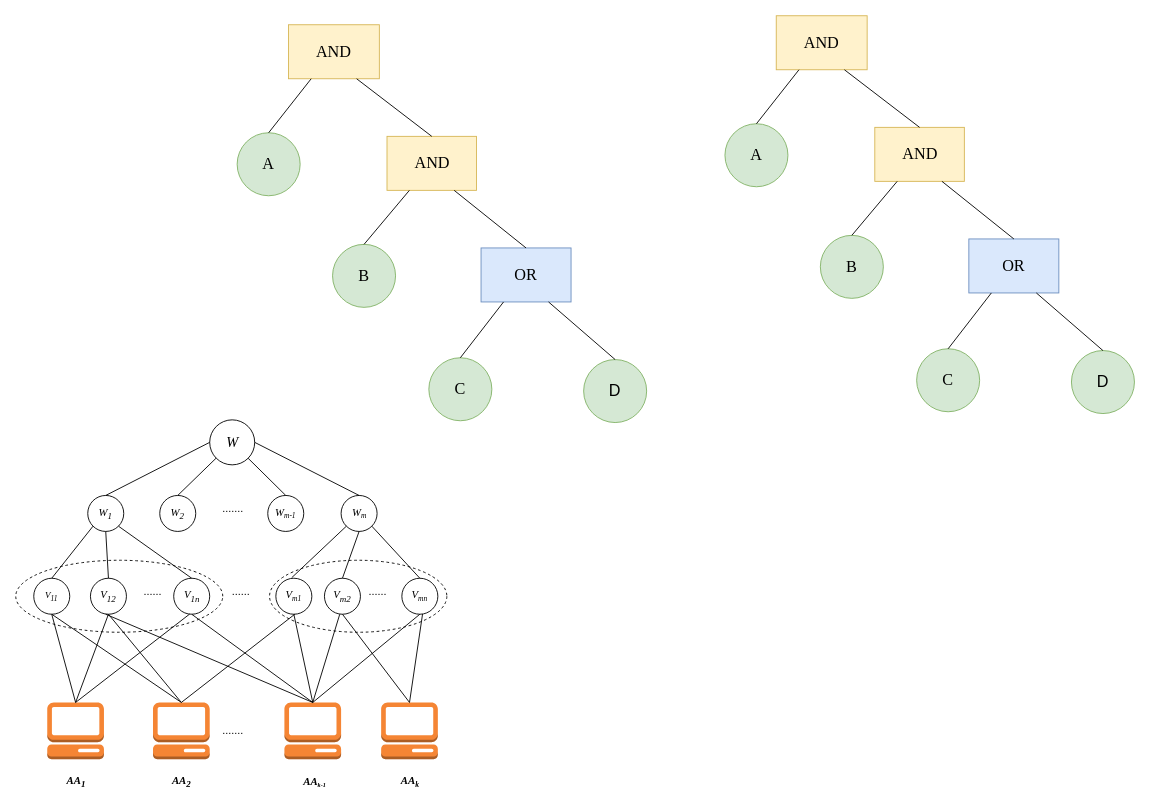
Above: 未命名绘图.drawio in Mr-doublehappines/httpServer (draw.io), before the change. Source tidied: cells renumbered, new cells numbered last; positions are measured from the earlier drawing's top-left corner, leaving out a move shared by most shapes. Both pictures are drawn from the tidied source at 90%, with x=0, y=0 at pixel (15, 15).
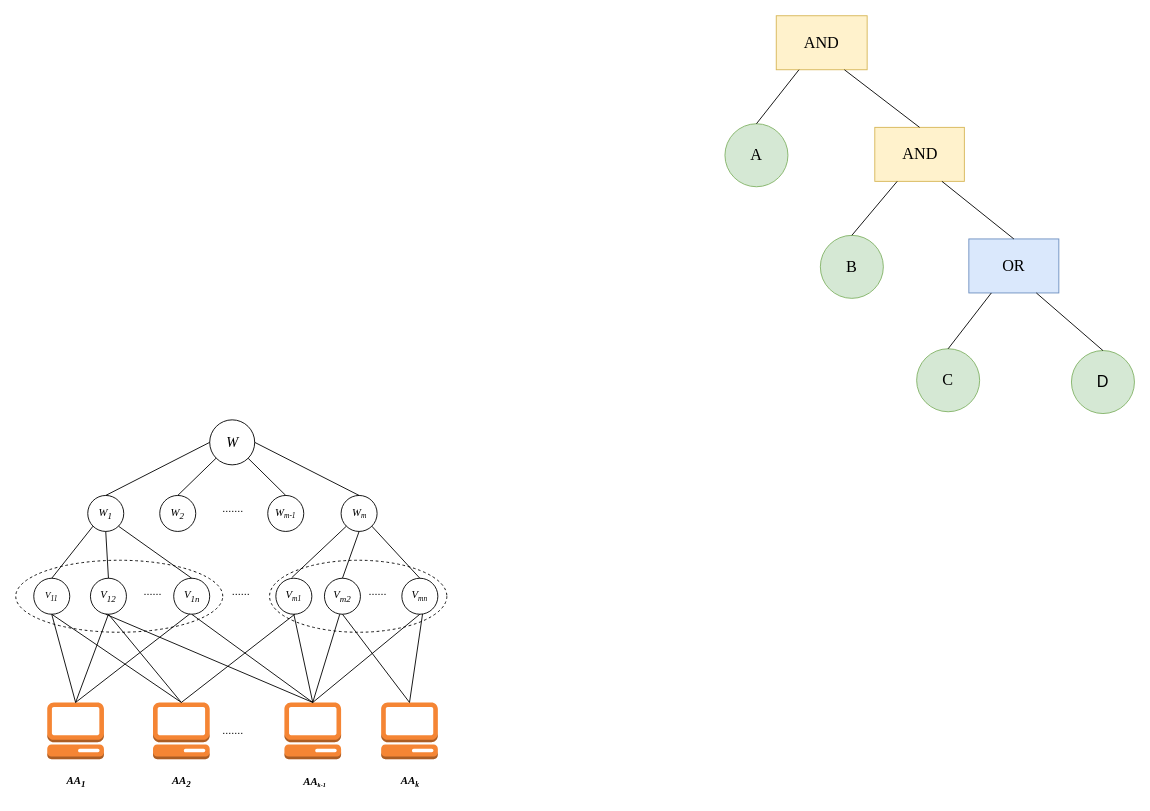
The same page after the edit.

Commit message:
属性管理模型.drawio

What changed in the source:
```diff
@@
-    <mxCell id="64" value="AND" style="rounded=0;whiteSpace=wrap;html=1;fontFamily=Times New Roman;fillColor=#fff2cc;strokeColor=#d6b656;fontSize=18;" parent="1" vertex="1">
-      <mxGeometry x="303" y="10" width="101" height="60" as="geometry" />
-    </mxCell>
-    <mxCell id="65" value="AND" style="rounded=0;whiteSpace=wrap;html=1;fontFamily=Times New Roman;fillColor=#fff2cc;strokeColor=#d6b656;fontSize=18;" parent="1" vertex="1">
-      <mxGeometry x="412.5" y="134" width="99.5" height="60" as="geometry" />
-    </mxCell>
-    <mxCell id="66" value="OR" style="rounded=0;whiteSpace=wrap;html=1;fontFamily=Times New Roman;fillColor=#dae8fc;strokeColor=#6c8ebf;fontSize=18;" parent="1" vertex="1">
-      <mxGeometry x="517" y="258" width="100" height="60" as="geometry" />
-    </mxCell>
-    <mxCell id="67" style="endArrow=none;html=1;rounded=0;entryX=0.75;entryY=1;entryDx=0;entryDy=0;exitX=0.5;exitY=0;exitDx=0;exitDy=0;fontFamily=Times New Roman;fontSize=18;" parent="1" edge="1" source="65" target="64">
-      <mxGeometry relative="1" as="geometry" />
-    </mxCell>
-    <mxCell id="68" style="endArrow=none;html=1;rounded=0;entryX=0.75;entryY=1;entryDx=0;entryDy=0;exitX=0.5;exitY=0;exitDx=0;exitDy=0;fontFamily=Times New Roman;fontSize=18;" parent="1" edge="1" source="66" target="65">
-      <mxGeometry relative="1" as="geometry" />
-    </mxCell>
-    <mxCell id="69" value="A" style="ellipse;whiteSpace=wrap;html=1;fontFamily=Times New Roman;fillColor=#d5e8d4;strokeColor=#82b366;fontSize=18;" parent="1" vertex="1">
-      <mxGeometry x="246" y="130" width="70" height="70" as="geometry" />
-    </mxCell>
-    <mxCell id="70" value="B" style="ellipse;whiteSpace=wrap;html=1;fontFamily=Times New Roman;fillColor=#d5e8d4;strokeColor=#82b366;fontSize=18;" parent="1" vertex="1">
-      <mxGeometry x="352" y="254" width="70" height="70" as="geometry" />
-    </mxCell>
-    <mxCell id="71" value="C" style="ellipse;whiteSpace=wrap;html=1;fontFamily=Times New Roman;fillColor=#d5e8d4;strokeColor=#82b366;fontSize=18;" parent="1" vertex="1">
-      <mxGeometry x="459" y="380" width="70" height="70" as="geometry" />
-    </mxCell>
-    <mxCell id="72" value="D" style="ellipse;whiteSpace=wrap;html=1;fillColor=#d5e8d4;strokeColor=#82b366;fontSize=18;" parent="1" vertex="1">
-      <mxGeometry x="631" y="382" width="70" height="70" as="geometry" />
-    </mxCell>
-    <mxCell id="73" style="endArrow=none;html=1;rounded=0;entryX=0.25;entryY=1;entryDx=0;entryDy=0;exitX=0.5;exitY=0;exitDx=0;exitDy=0;fontFamily=Times New Roman;fontSize=18;" parent="1" edge="1" source="69" target="64">
-      <mxGeometry relative="1" as="geometry" />
-    </mxCell>
-    <mxCell id="74" style="endArrow=none;html=1;rounded=0;entryX=0.25;entryY=1;entryDx=0;entryDy=0;exitX=0.5;exitY=0;exitDx=0;exitDy=0;fontFamily=Times New Roman;fontSize=18;" parent="1" edge="1" source="70" target="65">
-      <mxGeometry relative="1" as="geometry" />
-    </mxCell>
-    <mxCell id="75" style="endArrow=none;html=1;rounded=0;entryX=0.25;entryY=1;entryDx=0;entryDy=0;exitX=0.5;exitY=0;exitDx=0;exitDy=0;fontFamily=Times New Roman;fontSize=18;" parent="1" edge="1" source="71" target="66">
-      <mxGeometry relative="1" as="geometry" />
-    </mxCell>
-    <mxCell id="76" style="endArrow=none;html=1;rounded=0;entryX=0.75;entryY=1;entryDx=0;entryDy=0;exitX=0.5;exitY=0;exitDx=0;exitDy=0;fontFamily=Times New Roman;fontSize=18;" parent="1" edge="1" source="72" target="66">
-      <mxGeometry relative="1" as="geometry" />
-    </mxCell>
```
